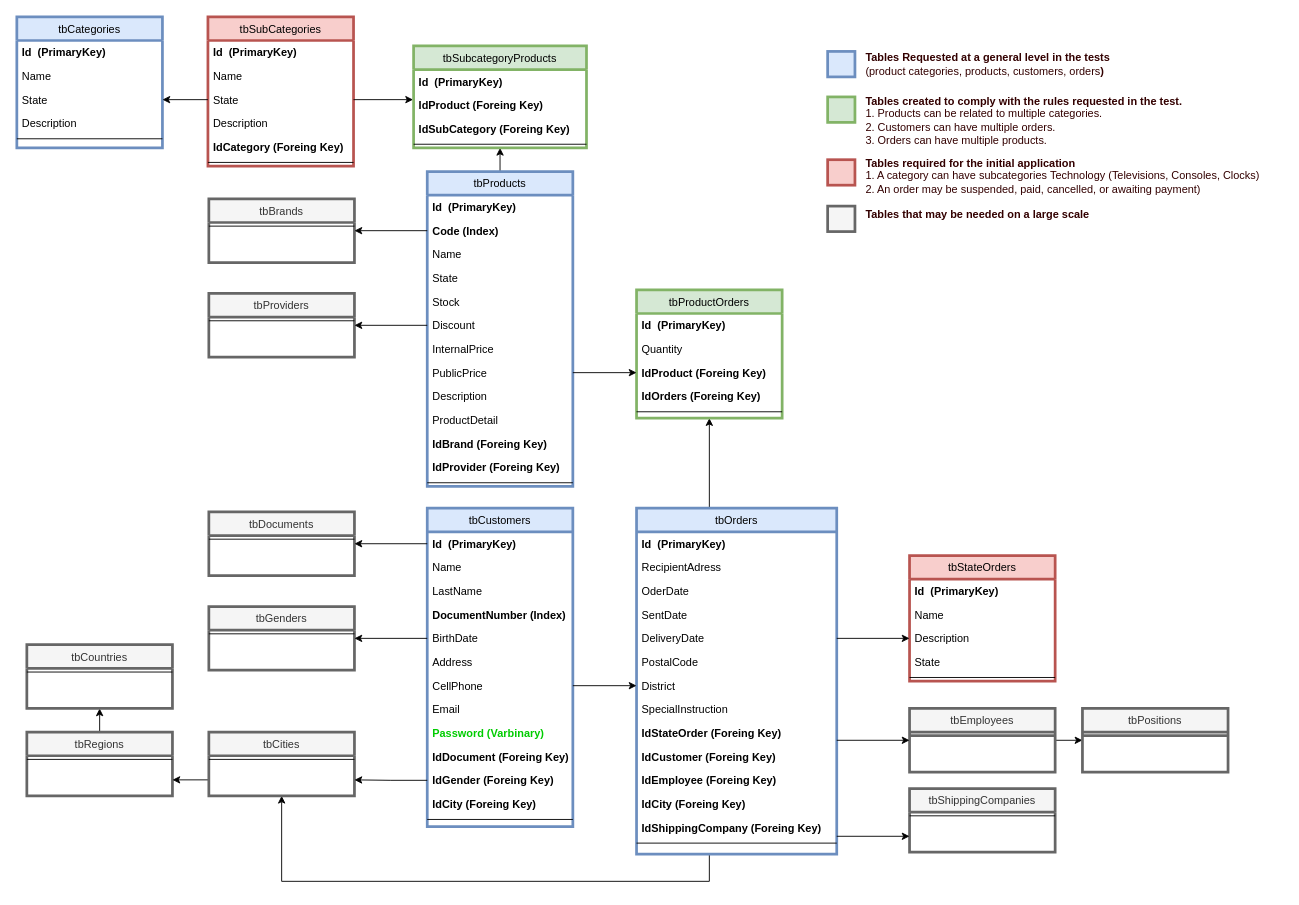
The draw.io diagram DB/Diagrams/MockupDiagram.drawio in SebastianNewShore/StoreWeb, before the edit. Source tidied: cells renumbered, new cells numbered last; positions are measured from the earlier drawing's top-left corner, leaving out a move shared by most shapes. Both pictures are drawn from the tidied source at 91%, with x=0, y=0 at pixel (16, 16).
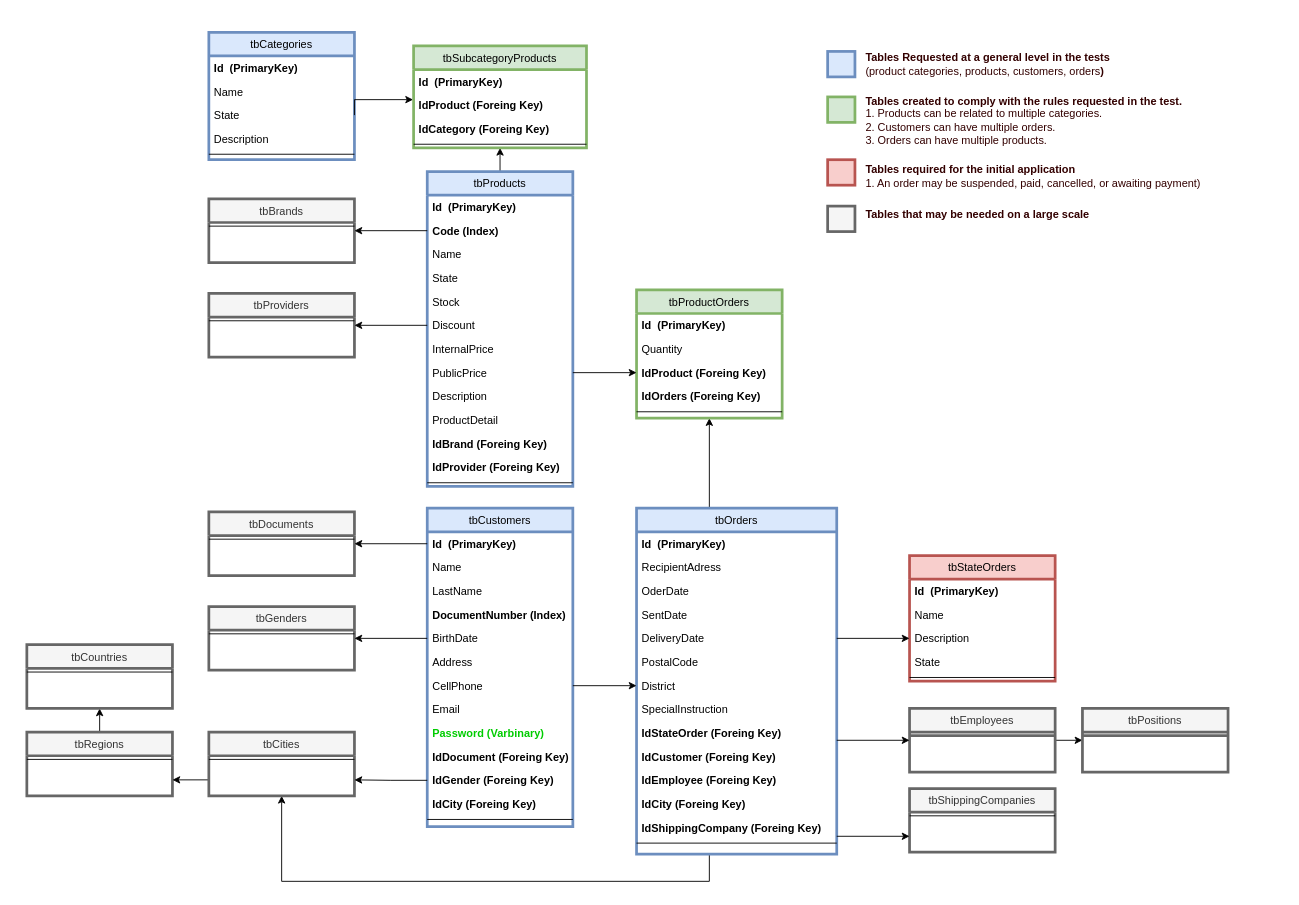
The same diagram, later.

The change refers to these unchanged cells:
```xml
<mxCell id="5" value="State" style="text;align=left;verticalAlign=top;spacingLeft=4;spacingRight=4;overflow=hidden;points=[[0,0.5],[1,0.5]];portConstraint=eastwest;rounded=0;shadow=0;html=0;" parent="2" vertex="1">
  <mxGeometry y="78" width="160" height="26" as="geometry" />
</mxCell>
<mxCell id="102" value="tbSubcategoryProducts" style="swimlane;fontStyle=0;align=center;verticalAlign=top;horizontal=1;startSize=26;rounded=0;shadow=0;strokeWidth=3;fillColor=#d5e8d4;strokeColor=#82b366;" parent="1" vertex="1">
  <mxGeometry x="436" y="32" width="190" height="112" as="geometry" />
</mxCell>
<mxCell id="104" value="IdProduct (Foreing Key)" style="text;align=left;verticalAlign=top;spacingLeft=4;spacingRight=4;overflow=hidden;points=[[0,0.5],[1,0.5]];portConstraint=eastwest;rounded=0;shadow=0;html=0;fontStyle=1;" parent="102" vertex="1">
  <mxGeometry y="52" width="190" height="26" as="geometry" />
</mxCell>
```

What changed in the source:
```diff
@@
-    <mxCell id="2" value="tbSubCategories" style="swimlane;fontStyle=0;align=center;verticalAlign=top;horizontal=1;startSize=26;rounded=0;shadow=0;strokeWidth=3;fillColor=#f8cecc;strokeColor=#b85450;" parent="1" vertex="1">
-      <mxGeometry x="210" width="160" height="164" as="geometry" />
+    <mxCell id="2" value="tbCategories" style="swimlane;fontStyle=0;align=center;verticalAlign=top;horizontal=1;startSize=26;rounded=0;shadow=0;strokeWidth=3;fillColor=#dae8fc;strokeColor=#6c8ebf;" parent="1" vertex="1">
+      <mxGeometry x="211" y="17" width="160" height="140" as="geometry" />
     </mxCell>
@@
-    <mxCell id="7" value="IdCategory (Foreing Key)" style="text;align=left;verticalAlign=top;spacingLeft=4;spacingRight=4;overflow=hidden;rounded=0;shadow=0;html=0;fontStyle=1;" parent="2" vertex="1">
-      <mxGeometry y="130" width="160" height="26" as="geometry" />
-    </mxCell>
     <mxCell id="8" style="line;html=1;strokeWidth=1;align=left;verticalAlign=middle;spacingTop=-1;spacingLeft=3;spacingRight=3;labelPosition=right;" parent="2" vertex="1">
-      <mxGeometry y="156" width="160" height="8" as="geometry" />
+      <mxGeometry y="130" width="160" height="8" as="geometry" />
     </mxCell>
@@
-    <mxCell id="65" value="tbCategories" style="swimlane;fontStyle=0;align=center;verticalAlign=top;horizontal=1;startSize=26;rounded=0;shadow=0;strokeWidth=3;fillColor=#dae8fc;strokeColor=#6c8ebf;" parent="1" vertex="1">
-      <mxGeometry width="160" height="144" as="geometry" />
-    </mxCell>
-    <mxCell id="66" value="Id  (PrimaryKey)" style="text;align=left;verticalAlign=top;spacingLeft=4;spacingRight=4;overflow=hidden;fontStyle=1;" parent="65" vertex="1">
-      <mxGeometry y="26" width="160" height="26" as="geometry" />
-    </mxCell>
-    <mxCell id="67" value="Name" style="text;align=left;verticalAlign=top;spacingLeft=4;spacingRight=4;overflow=hidden;rounded=0;shadow=0;html=0;" parent="65" vertex="1">
-      <mxGeometry y="52" width="160" height="26" as="geometry" />
-    </mxCell>
-    <mxCell id="68" value="State" style="text;align=left;verticalAlign=top;spacingLeft=4;spacingRight=4;overflow=hidden;points=[[0,0.5],[1,0.5]];portConstraint=eastwest;rounded=0;shadow=0;html=0;" parent="65" vertex="1">
-      <mxGeometry y="78" width="160" height="26" as="geometry" />
-    </mxCell>
-    <mxCell id="69" value="Description" style="text;align=left;verticalAlign=top;spacingLeft=4;spacingRight=4;overflow=hidden;rounded=0;shadow=0;html=0;" parent="65" vertex="1">
-      <mxGeometry y="104" width="160" height="26" as="geometry" />
-    </mxCell>
-    <mxCell id="70" style="line;html=1;strokeWidth=1;align=left;verticalAlign=middle;spacingTop=-1;spacingLeft=3;spacingRight=3;labelPosition=right;" parent="65" vertex="1">
-      <mxGeometry y="130" width="160" height="8" as="geometry" />
-    </mxCell>
@@
-    <mxCell id="105" value="IdSubCategory (Foreing Key)" style="text;align=left;verticalAlign=top;spacingLeft=4;spacingRight=4;overflow=hidden;rounded=0;shadow=0;html=0;fontStyle=1;" parent="102" vertex="1">
+    <mxCell id="105" value="IdCategory (Foreing Key)" style="text;align=left;verticalAlign=top;spacingLeft=4;spacingRight=4;overflow=hidden;rounded=0;shadow=0;html=0;fontStyle=1;" parent="102" vertex="1">
       <mxGeometry y="78" width="190" height="26" as="geometry" />
     </mxCell>
@@
     <mxCell id="107" style="edgeStyle=orthogonalEdgeStyle;rounded=0;jettySize=auto;html=1;exitX=1;exitY=0.5;exitDx=0;exitDy=0;entryX=-0.003;entryY=0.269;entryDx=0;entryDy=0;entryPerimeter=0;" parent="1" edge="1" source="5" target="104">
-      <mxGeometry relative="1" as="geometry" />
+      <mxGeometry relative="1" as="geometry">
+        <Array as="points">
+          <mxPoint x="371" y="91" />
+        </Array>
+      </mxGeometry>
     </mxCell>
-    <mxCell id="108" style="edgeStyle=orthogonalEdgeStyle;rounded=0;jettySize=auto;html=1;exitX=0;exitY=0.5;exitDx=0;exitDy=0;entryX=1;entryY=0.5;entryDx=0;entryDy=0;" parent="1" edge="1" source="5" target="68">
-      <mxGeometry relative="1" as="geometry" />
-    </mxCell>
@@
-    <mxCell id="119" value="&lt;div&gt;&lt;font color=&quot;#330000&quot;&gt;&lt;b&gt;Tables required for the initial application&lt;/b&gt;&lt;/font&gt;&lt;/div&gt;&lt;div&gt;&lt;font color=&quot;#330000&quot;&gt;1. A category can have subcategories&amp;nbsp;&lt;/font&gt;&lt;span style=&quot;color: rgb(51 , 0 , 0)&quot;&gt;Technology (Televisions, Consoles, Clocks)&lt;/span&gt;&lt;br&gt;&lt;/div&gt;&lt;div&gt;&lt;span style=&quot;color: rgb(51 , 0 , 0)&quot;&gt;2. An order may be suspended, paid, cancelled, or awaiting payment)&lt;/span&gt;&lt;br&gt;&lt;/div&gt;" style="text;html=1;strokeColor=none;fillColor=none;align=left;verticalAlign=middle;whiteSpace=wrap;rounded=0;fontColor=#00CC00;" parent="1" vertex="1">
+    <mxCell id="119" value="&lt;div&gt;&lt;font color=&quot;#330000&quot;&gt;&lt;b&gt;Tables required for the initial application&lt;/b&gt;&lt;/font&gt;&lt;/div&gt;&lt;div&gt;&lt;span style=&quot;color: rgb(51 , 0 , 0)&quot;&gt;1. An order may be suspended, paid, cancelled, or awaiting payment)&lt;/span&gt;&lt;br&gt;&lt;/div&gt;" style="text;html=1;strokeColor=none;fillColor=none;align=left;verticalAlign=middle;whiteSpace=wrap;rounded=0;fontColor=#00CC00;" parent="1" vertex="1">
       <mxGeometry x="931" y="149" width="440" height="51" as="geometry" />
     </mxCell>
```
